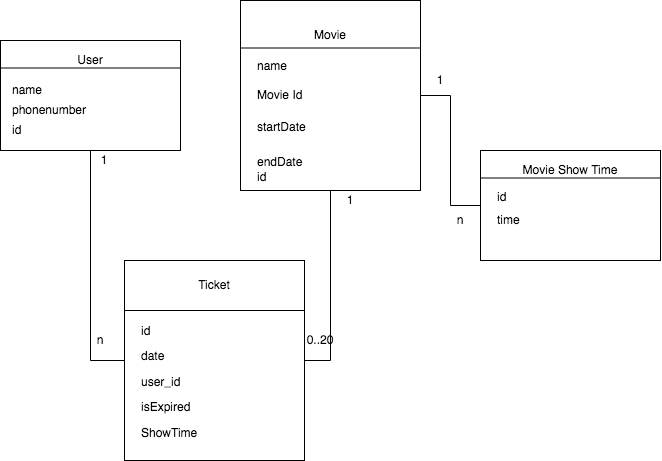
Earlier version of the draw.io export ER-diagram.png (rohitjain00/ticket-booking-api). Source tidied: cells renumbered, new cells last; positions are measured from the earlier drawing's top-left corner, leaving out a move shared by most shapes.
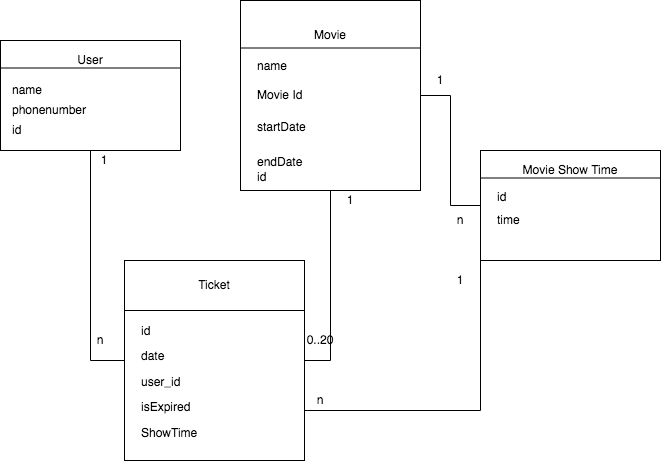
After the commit.

Commit message:
er-diagram corrected

Change to the diagram source:
```diff
@@ -128,5 +128,14 @@
     <mxCell id="43" value="n" style="text;html=1;strokeColor=none;fillColor=none;align=center;verticalAlign=middle;whiteSpace=wrap;rounded=0;" parent="1" vertex="1">
       <mxGeometry x="80" y="330" width="40" height="20" as="geometry" />
     </mxCell>
+    <mxCell id="44" style="edgeStyle=orthogonalEdgeStyle;rounded=0;jettySize=auto;html=1;exitX=1;exitY=0.75;exitDx=0;exitDy=0;entryX=0;entryY=1;entryDx=0;entryDy=0;endArrow=none;endFill=0;" parent="1" edge="1" source="21" target="31">
+      <mxGeometry relative="1" as="geometry" />
+    </mxCell>
+    <mxCell id="45" value="n" style="text;html=1;strokeColor=none;fillColor=none;align=center;verticalAlign=middle;whiteSpace=wrap;rounded=0;" parent="1" vertex="1">
+      <mxGeometry x="300" y="390" width="40" height="20" as="geometry" />
+    </mxCell>
+    <mxCell id="46" value="1" style="text;html=1;strokeColor=none;fillColor=none;align=center;verticalAlign=middle;whiteSpace=wrap;rounded=0;" parent="1" vertex="1">
+      <mxGeometry x="440" y="270" width="40" height="20" as="geometry" />
+    </mxCell>
   </root>
 </mxGraphModel>
```
